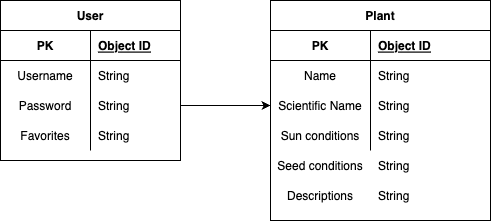
Above: images/erd.png in amishizaki/i-garden (draw.io), before the change. Source tidied: cells renumbered, new cells last; positions are measured from the earlier drawing's top-left corner, leaving out a move shared by most shapes.
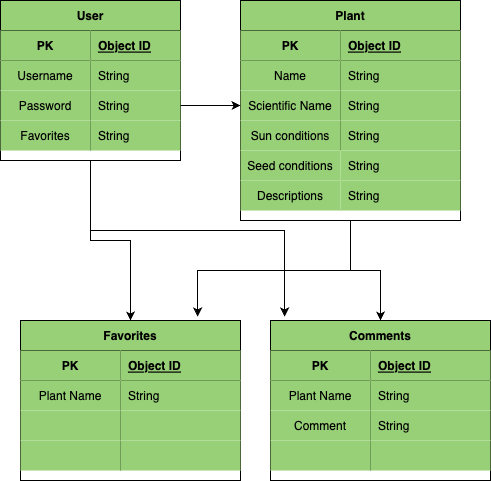
The same file after the commit.

Commit message:
erds with better models

The edit, as a diff of the source:
```diff
@@ -2,98 +2,192 @@
   <root>
     <mxCell id="0" />
     <mxCell id="1" parent="0" />
+    <mxCell id="33" style="edgeStyle=orthogonalEdgeStyle;rounded=0;jettySize=auto;html=1;exitX=0.5;exitY=1;exitDx=0;exitDy=0;entryX=0.5;entryY=0;entryDx=0;entryDy=0;" parent="1" edge="1" source="2" target="37">
+      <mxGeometry relative="1" as="geometry" />
+    </mxCell>
+    <mxCell id="34" style="edgeStyle=orthogonalEdgeStyle;rounded=0;jettySize=auto;html=1;entryX=0.064;entryY=-0.025;entryDx=0;entryDy=0;entryPerimeter=0;" parent="1" edge="1" source="2" target="50">
+      <mxGeometry relative="1" as="geometry">
+        <Array as="points">
+          <mxPoint x="314" y="230" />
+        </Array>
+      </mxGeometry>
+    </mxCell>
-    <mxCell id="2" value="User" style="shape=table;startSize=30;rowLines=0;fontStyle=1;align=center;" parent="1" vertex="1">
-      <mxGeometry width="180" height="160" as="geometry" />
+    <mxCell id="2" value="User" style="shape=table;startSize=30;rowLines=0;fontStyle=1;align=center;fillColor=#97D077;labelBackgroundColor=none;strokeColor=default;gradientColor=none;" parent="1" vertex="1">
+      <mxGeometry x="30" width="180" height="160" as="geometry" />
     </mxCell>
     <mxCell id="3" style="shape=tableRow;horizontal=0;startSize=0;swimlaneHead=0;swimlaneBody=0;fillColor=none;top=0;left=0;right=0;bottom=1;" parent="2" vertex="1">
       <mxGeometry y="30" width="180" height="30" as="geometry" />
     </mxCell>
-    <mxCell id="4" value="PK" style="shape=partialRectangle;fillColor=none;top=0;left=0;bottom=0;right=0;fontStyle=1;overflow=hidden;" parent="3" vertex="1">
+    <mxCell id="4" value="PK" style="shape=partialRectangle;fillColor=#97D077;top=0;left=0;bottom=0;right=0;fontStyle=1;overflow=hidden;gradientColor=#97d077;strokeColor=#82b366;" parent="3" vertex="1">
       <mxGeometry width="90" height="30" as="geometry" />
     </mxCell>
-    <mxCell id="5" value="Object ID" style="shape=partialRectangle;fillColor=none;top=0;left=0;bottom=0;right=0;align=left;spacingLeft=6;fontStyle=5;overflow=hidden;" parent="3" vertex="1">
+    <mxCell id="5" value="Object ID" style="shape=partialRectangle;fillColor=#97D077;top=0;left=0;bottom=0;right=0;align=left;spacingLeft=6;fontStyle=5;overflow=hidden;gradientColor=#97d077;strokeColor=#82b366;" parent="3" vertex="1">
       <mxGeometry x="90" width="90" height="30" as="geometry" />
     </mxCell>
     <mxCell id="6" style="shape=tableRow;horizontal=0;startSize=0;swimlaneHead=0;swimlaneBody=0;fillColor=none;top=0;left=0;right=0;bottom=0;" parent="2" vertex="1">
       <mxGeometry y="60" width="180" height="30" as="geometry" />
     </mxCell>
-    <mxCell id="7" value="Username" style="shape=partialRectangle;fillColor=none;top=0;left=0;bottom=0;right=0;overflow=hidden;" parent="6" vertex="1">
+    <mxCell id="7" value="Username" style="shape=partialRectangle;fillColor=#97D077;top=0;left=0;bottom=0;right=0;overflow=hidden;gradientColor=#97d077;strokeColor=#82b366;" parent="6" vertex="1">
       <mxGeometry width="90" height="30" as="geometry" />
     </mxCell>
-    <mxCell id="8" value="String" style="shape=partialRectangle;fillColor=none;top=0;left=0;bottom=0;right=0;align=left;spacingLeft=6;overflow=hidden;" parent="6" vertex="1">
+    <mxCell id="8" value="String" style="shape=partialRectangle;fillColor=#97D077;top=0;left=0;bottom=0;right=0;align=left;spacingLeft=6;overflow=hidden;gradientColor=#97d077;strokeColor=#82b366;" parent="6" vertex="1">
       <mxGeometry x="90" width="90" height="30" as="geometry" />
     </mxCell>
     <mxCell id="9" style="shape=tableRow;horizontal=0;startSize=0;swimlaneHead=0;swimlaneBody=0;fillColor=none;points=[[0,0.5],[1,0.5]];portConstraint=eastwest;top=0;left=0;right=0;bottom=0;" parent="2" vertex="1">
       <mxGeometry y="90" width="180" height="30" as="geometry" />
     </mxCell>
-    <mxCell id="10" value="Password" style="shape=partialRectangle;fillColor=none;top=0;left=0;bottom=0;right=0;overflow=hidden;" parent="9" vertex="1">
+    <mxCell id="10" value="Password" style="shape=partialRectangle;fillColor=#97D077;top=0;left=0;bottom=0;right=0;overflow=hidden;gradientColor=#97d077;strokeColor=#82b366;" parent="9" vertex="1">
       <mxGeometry width="90" height="30" as="geometry" />
     </mxCell>
-    <mxCell id="11" value="String" style="shape=partialRectangle;fillColor=none;top=0;left=0;bottom=0;right=0;align=left;spacingLeft=6;overflow=hidden;" parent="9" vertex="1">
+    <mxCell id="11" value="String" style="shape=partialRectangle;fillColor=#97D077;top=0;left=0;bottom=0;right=0;align=left;spacingLeft=6;overflow=hidden;gradientColor=#97d077;strokeColor=#82b366;" parent="9" vertex="1">
       <mxGeometry x="90" width="90" height="30" as="geometry" />
     </mxCell>
     <mxCell id="12" style="shape=tableRow;horizontal=0;startSize=0;swimlaneHead=0;swimlaneBody=0;fillColor=none;top=0;left=0;right=0;bottom=0;" parent="2" vertex="1">
       <mxGeometry y="120" width="180" height="30" as="geometry" />
     </mxCell>
-    <mxCell id="13" value="Favorites" style="shape=partialRectangle;fillColor=none;top=0;left=0;bottom=0;right=0;overflow=hidden;" parent="12" vertex="1">
+    <mxCell id="13" value="Favorites" style="shape=partialRectangle;fillColor=#97D077;top=0;left=0;bottom=0;right=0;overflow=hidden;gradientColor=#97d077;strokeColor=#82b366;" parent="12" vertex="1">
       <mxGeometry width="90" height="30" as="geometry" />
     </mxCell>
-    <mxCell id="14" value="String" style="shape=partialRectangle;fillColor=none;top=0;left=0;bottom=0;right=0;align=left;spacingLeft=6;overflow=hidden;" parent="12" vertex="1">
+    <mxCell id="14" value="String" style="shape=partialRectangle;fillColor=#97D077;top=0;left=0;bottom=0;right=0;align=left;spacingLeft=6;overflow=hidden;gradientColor=#97d077;strokeColor=#82b366;" parent="12" vertex="1">
       <mxGeometry x="90" width="90" height="30" as="geometry" />
     </mxCell>
+    <mxCell id="35" style="edgeStyle=orthogonalEdgeStyle;rounded=0;jettySize=auto;html=1;entryX=0.5;entryY=0;entryDx=0;entryDy=0;" parent="1" edge="1" source="15" target="50">
+      <mxGeometry relative="1" as="geometry" />
+    </mxCell>
+    <mxCell id="36" style="edgeStyle=orthogonalEdgeStyle;rounded=0;jettySize=auto;html=1;entryX=0.805;entryY=-0.025;entryDx=0;entryDy=0;entryPerimeter=0;" parent="1" edge="1" source="15" target="37">
+      <mxGeometry relative="1" as="geometry" />
+    </mxCell>
-    <mxCell id="15" value="Plant" style="shape=table;startSize=30;rowLines=0;fontStyle=1;align=center;" parent="1" vertex="1">
+    <mxCell id="15" value="Plant" style="shape=table;startSize=30;rowLines=0;fontStyle=1;align=center;fillColor=#97D077;" parent="1" vertex="1">
       <mxGeometry x="270" width="220" height="220" as="geometry" />
     </mxCell>
     <mxCell id="16" style="shape=tableRow;horizontal=0;startSize=0;swimlaneHead=0;swimlaneBody=0;fillColor=none;top=0;left=0;right=0;bottom=1;" parent="15" vertex="1">
       <mxGeometry y="30" width="220" height="30" as="geometry" />
     </mxCell>
-    <mxCell id="17" value="PK" style="shape=partialRectangle;fillColor=none;top=0;left=0;bottom=0;right=0;fontStyle=1;overflow=hidden;" parent="16" vertex="1">
+    <mxCell id="17" value="PK" style="shape=partialRectangle;fillColor=#97D077;top=0;left=0;bottom=0;right=0;fontStyle=1;overflow=hidden;" parent="16" vertex="1">
       <mxGeometry width="100" height="30" as="geometry" />
     </mxCell>
-    <mxCell id="18" value="Object ID" style="shape=partialRectangle;fillColor=none;top=0;left=0;bottom=0;right=0;align=left;spacingLeft=6;fontStyle=5;overflow=hidden;" parent="16" vertex="1">
+    <mxCell id="18" value="Object ID" style="shape=partialRectangle;fillColor=#97D077;top=0;left=0;bottom=0;right=0;align=left;spacingLeft=6;fontStyle=5;overflow=hidden;" parent="16" vertex="1">
       <mxGeometry x="100" width="120" height="30" as="geometry" />
     </mxCell>
     <mxCell id="19" style="shape=tableRow;horizontal=0;startSize=0;swimlaneHead=0;swimlaneBody=0;fillColor=none;top=0;left=0;right=0;bottom=0;" parent="15" vertex="1">
       <mxGeometry y="60" width="220" height="30" as="geometry" />
     </mxCell>
-    <mxCell id="20" value="Name" style="shape=partialRectangle;fillColor=none;top=0;left=0;bottom=0;right=0;overflow=hidden;" parent="19" vertex="1">
+    <mxCell id="20" value="Name" style="shape=partialRectangle;fillColor=#97D077;top=0;left=0;bottom=0;right=0;overflow=hidden;" parent="19" vertex="1">
       <mxGeometry width="100" height="30" as="geometry" />
     </mxCell>
-    <mxCell id="21" value="String" style="shape=partialRectangle;fillColor=none;top=0;left=0;bottom=0;right=0;align=left;spacingLeft=6;overflow=hidden;" parent="19" vertex="1">
+    <mxCell id="21" value="String" style="shape=partialRectangle;fillColor=#97D077;top=0;left=0;bottom=0;right=0;align=left;spacingLeft=6;overflow=hidden;" parent="19" vertex="1">
       <mxGeometry x="100" width="120" height="30" as="geometry" />
     </mxCell>
     <mxCell id="22" style="shape=tableRow;horizontal=0;startSize=0;swimlaneHead=0;swimlaneBody=0;fillColor=none;points=[[0,0.5],[1,0.5]];portConstraint=eastwest;top=0;left=0;right=0;bottom=0;" parent="15" vertex="1">
       <mxGeometry y="90" width="220" height="30" as="geometry" />
     </mxCell>
-    <mxCell id="23" value="Scientific Name" style="shape=partialRectangle;fillColor=none;top=0;left=0;bottom=0;right=0;overflow=hidden;" parent="22" vertex="1">
+    <mxCell id="23" value="Scientific Name" style="shape=partialRectangle;fillColor=#97D077;top=0;left=0;bottom=0;right=0;overflow=hidden;" parent="22" vertex="1">
       <mxGeometry width="100" height="30" as="geometry" />
     </mxCell>
-    <mxCell id="24" value="String" style="shape=partialRectangle;fillColor=none;top=0;left=0;bottom=0;right=0;align=left;spacingLeft=6;overflow=hidden;" parent="22" vertex="1">
+    <mxCell id="24" value="String" style="shape=partialRectangle;fillColor=#97D077;top=0;left=0;bottom=0;right=0;align=left;spacingLeft=6;overflow=hidden;" parent="22" vertex="1">
       <mxGeometry x="100" width="120" height="30" as="geometry" />
     </mxCell>
     <mxCell id="25" style="shape=tableRow;horizontal=0;startSize=0;swimlaneHead=0;swimlaneBody=0;fillColor=none;top=0;left=0;right=0;bottom=0;" parent="15" vertex="1">
       <mxGeometry y="120" width="220" height="30" as="geometry" />
     </mxCell>
-    <mxCell id="26" value="Sun conditions" style="shape=partialRectangle;fillColor=none;top=0;left=0;bottom=0;right=0;overflow=hidden;" parent="25" vertex="1">
+    <mxCell id="26" value="Sun conditions" style="shape=partialRectangle;fillColor=#97D077;top=0;left=0;bottom=0;right=0;overflow=hidden;" parent="25" vertex="1">
       <mxGeometry width="100" height="30" as="geometry" />
     </mxCell>
-    <mxCell id="27" value="String" style="shape=partialRectangle;fillColor=none;top=0;left=0;bottom=0;right=0;align=left;spacingLeft=6;overflow=hidden;" parent="25" vertex="1">
+    <mxCell id="27" value="String" style="shape=partialRectangle;fillColor=#97D077;top=0;left=0;bottom=0;right=0;align=left;spacingLeft=6;overflow=hidden;" parent="25" vertex="1">
       <mxGeometry x="100" width="120" height="30" as="geometry" />
     </mxCell>
-    <mxCell id="28" value="Seed conditions" style="shape=partialRectangle;fillColor=none;top=0;left=0;bottom=0;right=0;overflow=hidden;" parent="1" vertex="1">
+    <mxCell id="28" value="Seed conditions" style="shape=partialRectangle;fillColor=#97D077;top=0;left=0;bottom=0;right=0;overflow=hidden;" parent="1" vertex="1">
       <mxGeometry x="270" y="150" width="100" height="30" as="geometry" />
     </mxCell>
-    <mxCell id="29" value="Descriptions" style="shape=partialRectangle;fillColor=none;top=0;left=0;bottom=0;right=0;overflow=hidden;" parent="1" vertex="1">
+    <mxCell id="29" value="Descriptions" style="shape=partialRectangle;fillColor=#97D077;top=0;left=0;bottom=0;right=0;overflow=hidden;" parent="1" vertex="1">
       <mxGeometry x="270" y="180" width="100" height="30" as="geometry" />
     </mxCell>
-    <mxCell id="30" value="String" style="shape=partialRectangle;fillColor=none;top=0;left=0;bottom=0;right=0;align=left;spacingLeft=6;overflow=hidden;" parent="1" vertex="1">
+    <mxCell id="30" value="String" style="shape=partialRectangle;fillColor=#97D077;top=0;left=0;bottom=0;right=0;align=left;spacingLeft=6;overflow=hidden;" parent="1" vertex="1">
       <mxGeometry x="370" y="150" width="120" height="30" as="geometry" />
     </mxCell>
-    <mxCell id="31" value="String" style="shape=partialRectangle;fillColor=none;top=0;left=0;bottom=0;right=0;align=left;spacingLeft=6;overflow=hidden;" parent="1" vertex="1">
+    <mxCell id="31" value="String" style="shape=partialRectangle;fillColor=#97D077;top=0;left=0;bottom=0;right=0;align=left;spacingLeft=6;overflow=hidden;" parent="1" vertex="1">
       <mxGeometry x="370" y="180" width="120" height="30" as="geometry" />
     </mxCell>
     <mxCell id="32" style="edgeStyle=orthogonalEdgeStyle;rounded=0;jettySize=auto;html=1;exitX=1;exitY=0.5;exitDx=0;exitDy=0;entryX=0;entryY=0.5;entryDx=0;entryDy=0;" parent="1" edge="1" source="9" target="22">
       <mxGeometry relative="1" as="geometry" />
     </mxCell>
+    <mxCell id="37" value="Favorites" style="shape=table;startSize=30;rowLines=0;fontStyle=1;align=center;fillColor=#97D077;" parent="1" vertex="1">
+      <mxGeometry x="50" y="320" width="220" height="160" as="geometry" />
+    </mxCell>
+    <mxCell id="38" style="shape=tableRow;horizontal=0;startSize=0;swimlaneHead=0;swimlaneBody=0;fillColor=none;top=0;left=0;right=0;bottom=1;" parent="37" vertex="1">
+      <mxGeometry y="30" width="220" height="30" as="geometry" />
+    </mxCell>
+    <mxCell id="39" value="PK" style="shape=partialRectangle;fillColor=#97D077;top=0;left=0;bottom=0;right=0;fontStyle=1;overflow=hidden;" parent="38" vertex="1">
+      <mxGeometry width="100" height="30" as="geometry" />
+    </mxCell>
+    <mxCell id="40" value="Object ID" style="shape=partialRectangle;fillColor=#97D077;top=0;left=0;bottom=0;right=0;align=left;spacingLeft=6;fontStyle=5;overflow=hidden;" parent="38" vertex="1">
+      <mxGeometry x="100" width="120" height="30" as="geometry" />
+    </mxCell>
+    <mxCell id="41" style="shape=tableRow;horizontal=0;startSize=0;swimlaneHead=0;swimlaneBody=0;fillColor=none;top=0;left=0;right=0;bottom=0;" parent="37" vertex="1">
+      <mxGeometry y="60" width="220" height="30" as="geometry" />
+    </mxCell>
+    <mxCell id="42" value="Plant Name" style="shape=partialRectangle;fillColor=#97D077;top=0;left=0;bottom=0;right=0;overflow=hidden;" parent="41" vertex="1">
+      <mxGeometry width="100" height="30" as="geometry" />
+    </mxCell>
+    <mxCell id="43" value="String" style="shape=partialRectangle;fillColor=#97D077;top=0;left=0;bottom=0;right=0;align=left;spacingLeft=6;overflow=hidden;" parent="41" vertex="1">
+      <mxGeometry x="100" width="120" height="30" as="geometry" />
+    </mxCell>
+    <mxCell id="44" style="shape=tableRow;horizontal=0;startSize=0;swimlaneHead=0;swimlaneBody=0;fillColor=none;top=0;left=0;right=0;bottom=0;" parent="37" vertex="1">
+      <mxGeometry y="90" width="220" height="30" as="geometry" />
+    </mxCell>
+    <mxCell id="45" style="shape=partialRectangle;fillColor=#97D077;top=0;left=0;bottom=0;right=0;overflow=hidden;" parent="44" vertex="1">
+      <mxGeometry width="100" height="30" as="geometry" />
+    </mxCell>
+    <mxCell id="46" style="shape=partialRectangle;fillColor=#97D077;top=0;left=0;bottom=0;right=0;align=left;spacingLeft=6;overflow=hidden;" parent="44" vertex="1">
+      <mxGeometry x="100" width="120" height="30" as="geometry" />
+    </mxCell>
+    <mxCell id="47" style="shape=tableRow;horizontal=0;startSize=0;swimlaneHead=0;swimlaneBody=0;fillColor=none;top=0;left=0;right=0;bottom=0;" parent="37" vertex="1">
+      <mxGeometry y="120" width="220" height="30" as="geometry" />
+    </mxCell>
+    <mxCell id="48" style="shape=partialRectangle;fillColor=#97D077;top=0;left=0;bottom=0;right=0;overflow=hidden;" parent="47" vertex="1">
+      <mxGeometry width="100" height="30" as="geometry" />
+    </mxCell>
+    <mxCell id="49" style="shape=partialRectangle;fillColor=#97D077;top=0;left=0;bottom=0;right=0;align=left;spacingLeft=6;overflow=hidden;" parent="47" vertex="1">
+      <mxGeometry x="100" width="120" height="30" as="geometry" />
+    </mxCell>
+    <mxCell id="50" value="Comments" style="shape=table;startSize=30;rowLines=0;fontStyle=1;align=center;fillColor=#97D077;" parent="1" vertex="1">
+      <mxGeometry x="300" y="320" width="220" height="160" as="geometry" />
+    </mxCell>
+    <mxCell id="51" style="shape=tableRow;horizontal=0;startSize=0;swimlaneHead=0;swimlaneBody=0;fillColor=none;top=0;left=0;right=0;bottom=1;" parent="50" vertex="1">
+      <mxGeometry y="30" width="220" height="30" as="geometry" />
+    </mxCell>
+    <mxCell id="52" value="PK" style="shape=partialRectangle;fillColor=#97D077;top=0;left=0;bottom=0;right=0;fontStyle=1;overflow=hidden;" parent="51" vertex="1">
+      <mxGeometry width="100" height="30" as="geometry" />
+    </mxCell>
+    <mxCell id="53" value="Object ID" style="shape=partialRectangle;fillColor=#97D077;top=0;left=0;bottom=0;right=0;align=left;spacingLeft=6;fontStyle=5;overflow=hidden;" parent="51" vertex="1">
+      <mxGeometry x="100" width="120" height="30" as="geometry" />
+    </mxCell>
+    <mxCell id="54" style="shape=tableRow;horizontal=0;startSize=0;swimlaneHead=0;swimlaneBody=0;fillColor=none;top=0;left=0;right=0;bottom=0;" parent="50" vertex="1">
+      <mxGeometry y="60" width="220" height="30" as="geometry" />
+    </mxCell>
+    <mxCell id="55" value="Plant Name" style="shape=partialRectangle;fillColor=#97D077;top=0;left=0;bottom=0;right=0;overflow=hidden;" parent="54" vertex="1">
+      <mxGeometry width="100" height="30" as="geometry" />
+    </mxCell>
+    <mxCell id="56" value="String" style="shape=partialRectangle;fillColor=#97D077;top=0;left=0;bottom=0;right=0;align=left;spacingLeft=6;overflow=hidden;" parent="54" vertex="1">
+      <mxGeometry x="100" width="120" height="30" as="geometry" />
+    </mxCell>
+    <mxCell id="57" style="shape=tableRow;horizontal=0;startSize=0;swimlaneHead=0;swimlaneBody=0;fillColor=none;top=0;left=0;right=0;bottom=0;" parent="50" vertex="1">
+      <mxGeometry y="90" width="220" height="30" as="geometry" />
+    </mxCell>
+    <mxCell id="58" value="Comment" style="shape=partialRectangle;fillColor=#97D077;top=0;left=0;bottom=0;right=0;overflow=hidden;" parent="57" vertex="1">
+      <mxGeometry width="100" height="30" as="geometry" />
+    </mxCell>
+    <mxCell id="59" value="String" style="shape=partialRectangle;fillColor=#97D077;top=0;left=0;bottom=0;right=0;align=left;spacingLeft=6;overflow=hidden;" parent="57" vertex="1">
+      <mxGeometry x="100" width="120" height="30" as="geometry" />
+    </mxCell>
+    <mxCell id="60" style="shape=tableRow;horizontal=0;startSize=0;swimlaneHead=0;swimlaneBody=0;fillColor=none;top=0;left=0;right=0;bottom=0;" parent="50" vertex="1">
+      <mxGeometry y="120" width="220" height="30" as="geometry" />
+    </mxCell>
+    <mxCell id="61" style="shape=partialRectangle;fillColor=#97D077;top=0;left=0;bottom=0;right=0;overflow=hidden;" parent="60" vertex="1">
+      <mxGeometry width="100" height="30" as="geometry" />
+    </mxCell>
+    <mxCell id="62" style="shape=partialRectangle;fillColor=#97D077;top=0;left=0;bottom=0;right=0;align=left;spacingLeft=6;overflow=hidden;" parent="60" vertex="1">
+      <mxGeometry x="100" width="120" height="30" as="geometry" />
+    </mxCell>
   </root>
 </mxGraphModel>
```
